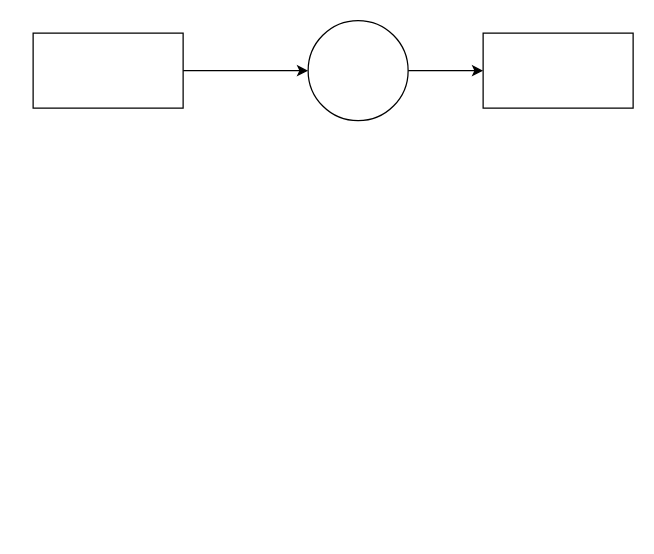
Above: Google RCS.drawio in fhermq/diagrams (draw.io), before the change. Source tidied: cells renumbered, new cells numbered last; positions are measured from the earlier drawing's top-left corner, leaving out a move shared by most shapes. Both pictures are drawn from the tidied source at 125%, with x=0, y=0 at pixel (32, 20).
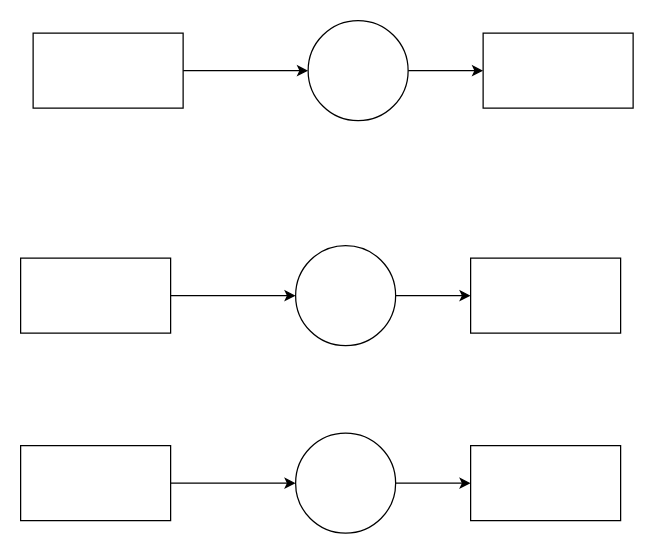
The same diagram, later.

What changed in the source:
```diff
@@
 <mxGraphModel>
   <root>
     <mxCell id="0" />
     <mxCell id="1" parent="0" />
     <mxCell id="2" style="edgeStyle=orthogonalEdgeStyle;rounded=0;jettySize=auto;html=1;" parent="1" edge="1" source="3" target="5">
       <mxGeometry relative="1" as="geometry" />
     </mxCell>
     <mxCell id="3" style="rounded=0;whiteSpace=wrap;html=1;" parent="1" vertex="1">
       <mxGeometry y="10" width="120" height="60" as="geometry" />
     </mxCell>
     <mxCell id="4" style="edgeStyle=orthogonalEdgeStyle;rounded=0;jettySize=auto;html=1;" parent="1" edge="1" source="5" target="6">
       <mxGeometry relative="1" as="geometry" />
     </mxCell>
     <mxCell id="5" style="ellipse;whiteSpace=wrap;html=1;rounded=0;" parent="1" vertex="1">
       <mxGeometry x="220" width="80" height="80" as="geometry" />
     </mxCell>
     <mxCell id="6" style="whiteSpace=wrap;html=1;rounded=0;" parent="1" vertex="1">
       <mxGeometry x="360" y="10" width="120" height="60" as="geometry" />
     </mxCell>
+    <mxCell id="7" style="edgeStyle=orthogonalEdgeStyle;rounded=0;jettySize=auto;html=1;" parent="1" edge="1" source="8" target="10">
+      <mxGeometry relative="1" as="geometry" />
+    </mxCell>
+    <mxCell id="8" style="rounded=0;whiteSpace=wrap;html=1;" parent="1" vertex="1">
+      <mxGeometry x="-10" y="190" width="120" height="60" as="geometry" />
+    </mxCell>
+    <mxCell id="9" style="edgeStyle=orthogonalEdgeStyle;rounded=0;jettySize=auto;html=1;" parent="1" edge="1" source="10" target="11">
+      <mxGeometry relative="1" as="geometry" />
+    </mxCell>
+    <mxCell id="10" style="ellipse;whiteSpace=wrap;html=1;rounded=0;" parent="1" vertex="1">
+      <mxGeometry x="210" y="180" width="80" height="80" as="geometry" />
+    </mxCell>
+    <mxCell id="11" style="whiteSpace=wrap;html=1;rounded=0;" parent="1" vertex="1">
+      <mxGeometry x="350" y="190" width="120" height="60" as="geometry" />
+    </mxCell>
+    <mxCell id="12" style="edgeStyle=orthogonalEdgeStyle;rounded=0;jettySize=auto;html=1;" parent="1" edge="1" source="13" target="15">
+      <mxGeometry relative="1" as="geometry" />
+    </mxCell>
+    <mxCell id="13" style="rounded=0;whiteSpace=wrap;html=1;" parent="1" vertex="1">
+      <mxGeometry x="-10" y="340" width="120" height="60" as="geometry" />
+    </mxCell>
+    <mxCell id="14" style="edgeStyle=orthogonalEdgeStyle;rounded=0;jettySize=auto;html=1;" parent="1" edge="1" source="15" target="16">
+      <mxGeometry relative="1" as="geometry" />
+    </mxCell>
+    <mxCell id="15" style="ellipse;whiteSpace=wrap;html=1;rounded=0;" parent="1" vertex="1">
+      <mxGeometry x="210" y="330" width="80" height="80" as="geometry" />
+    </mxCell>
+    <mxCell id="16" style="whiteSpace=wrap;html=1;rounded=0;" parent="1" vertex="1">
+      <mxGeometry x="350" y="340" width="120" height="60" as="geometry" />
+    </mxCell>
   </root>
 </mxGraphModel>
```
